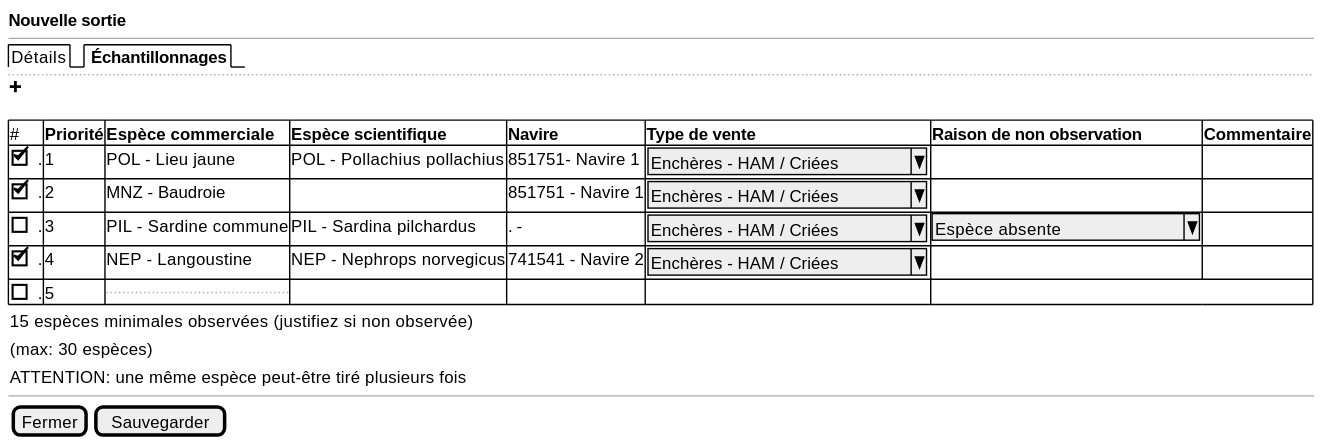
Earlier version of the PlantUML export projects/obsvente/spe/images/landings-table.svg (sumaris-net/sumaris-doc).
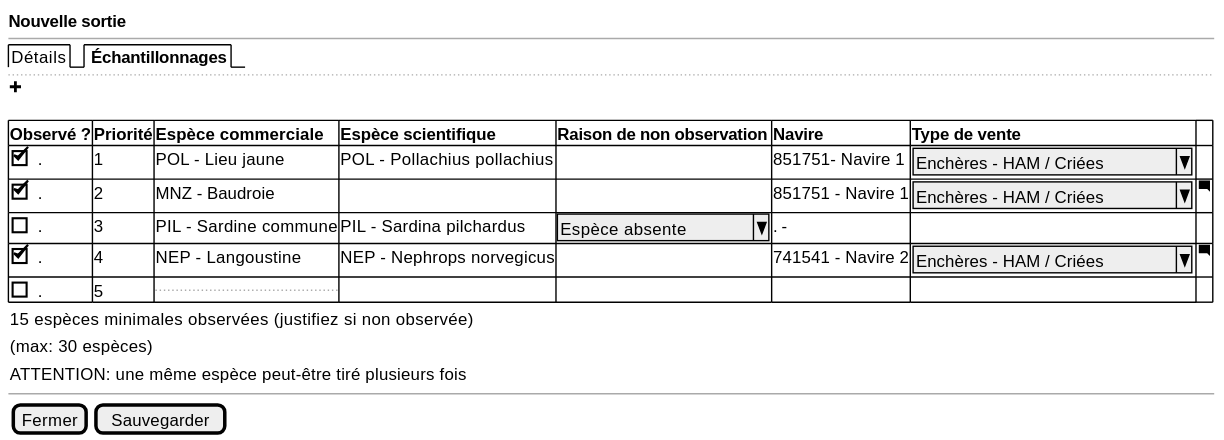
The same file after the commit.

Change to the diagram source:
```diff
@@ -8,12 +8,12 @@
   .
 	{#
 
-      # |<b>Priorité | <b>Espèce commerciale | <b>Espèce scientifique   | <b>Navire | <b>Type de vente | <b>Raison de non observation | <b>Commentaire
-      [X] . | 1 | POL - Lieu jaune | POL - Pollachius pollachius | 851751- Navire 1 | { ^Enchères - HAM / Criées^} | . | .
-      [X] . | 2 | MNZ - Baudroie | . | 851751 - Navire 1 | { ^Enchères - HAM / Criées^} |. | .
-      [ ] . | 3 | PIL - Sardine commune | PIL - Sardina pilchardus | . -|{ ^Enchères - HAM / Criées^} | ^ Espèce absente       ^ | .
-      [X] . | 4 | NEP - Langoustine | NEP - Nephrops norvegicus   | 741541 - Navire 2 | { ^Enchères - HAM / Criées^} | . | .
-      [ ] . | 5 | ... | . | . | .
+      <b>Observé ? |<b>Priorité | <b>Espèce commerciale | <b>Espèce scientifique   | <b>Raison de non observation | <b>Navire | <b>Type de vente | .
+      [X] . | 1 | POL - Lieu jaune | POL - Pollachius pollachius | . | 851751- Navire 1 | { ^Enchères - HAM / Criées^} | .
+      [X] . | 2 | MNZ - Baudroie | . | . | 851751 - Navire 1 | { ^Enchères - HAM / Criées^} | <&comment-square>
+      [ ] . | 3 | PIL - Sardine commune | PIL - Sardina pilchardus | ^ Espèce absente  ^  |. -| . | .
+      [X] . | 4 | NEP - Langoustine | NEP - Nephrops norvegicus   | . | 741541 - Navire 2 | { ^Enchères - HAM / Criées^} | <&comment-square>
+      [ ] . | 5 | ... | . | . | . | .
 
     }
     { 15 espèces minimales observées (justifiez si non observée) }
```
